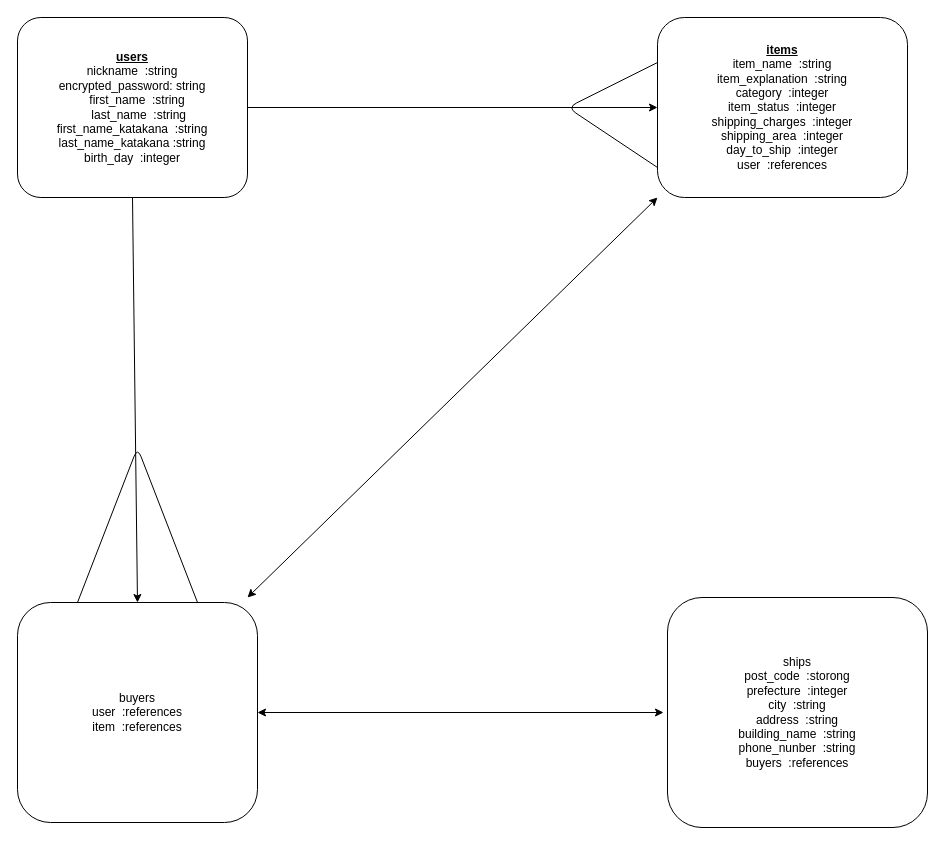
Earlier version of the draw.io diagram furima.dio (takachin88/furima-36129). Source tidied: cells renumbered, new cells numbered last; positions are measured from the earlier drawing's top-left corner, leaving out a move shared by most shapes. Both pictures are drawn from the tidied source at 100%, with x=0, y=0 at pixel (17, 17).
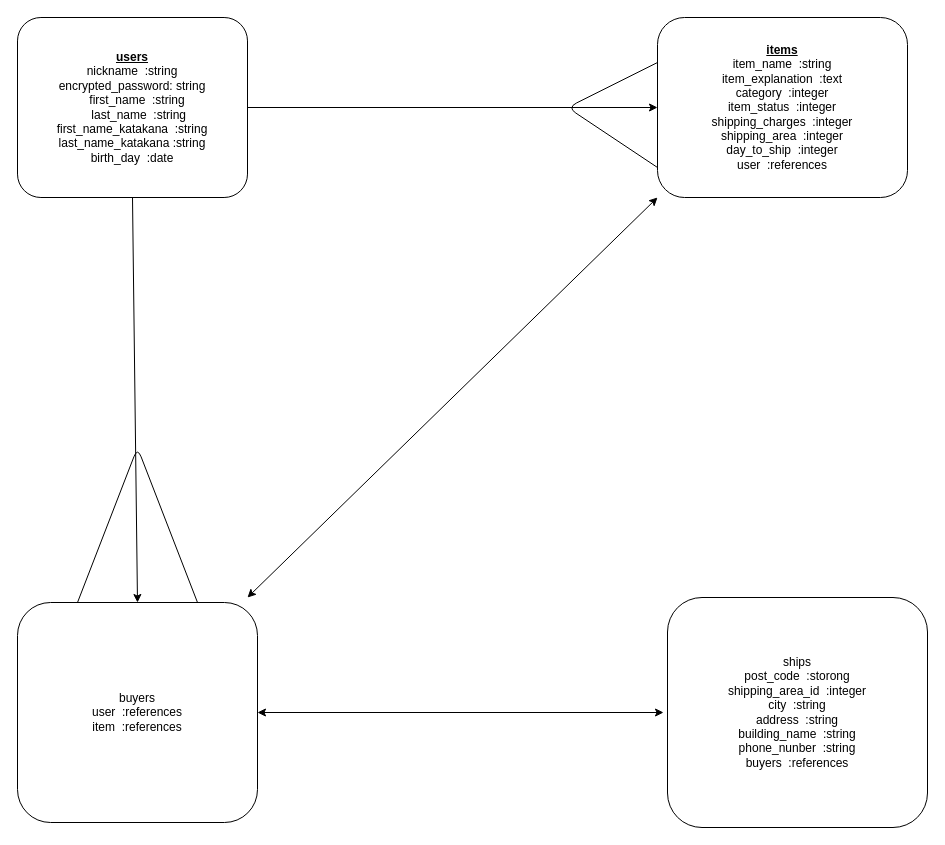
The same page after the edit.

Change to the diagram source:
```diff
@@
 <mxGraphModel>
   <root>
     <mxCell id="0" />
     <mxCell id="1" parent="0" />
     <mxCell id="2" style="edgeStyle=orthogonalEdgeStyle;rounded=1;jettySize=auto;html=1;entryX=0;entryY=0.5;entryDx=0;entryDy=0;" parent="1" edge="1" source="3" target="4">
       <mxGeometry relative="1" as="geometry" />
     </mxCell>
-    <mxCell id="3" value="&lt;u&gt;&lt;b&gt;users&lt;/b&gt;&lt;/u&gt;&lt;br&gt;nickname&amp;nbsp; :string&lt;br&gt;encrypted_password: string&lt;br&gt;&amp;nbsp; &amp;nbsp; first_name&amp;nbsp; :string&amp;nbsp;&lt;br&gt;&amp;nbsp; &amp;nbsp; last_name&amp;nbsp; :string&lt;br&gt;first_name_katakana&amp;nbsp; :string&lt;br&gt;last_name_katakana :string&lt;br&gt;birth_day&amp;nbsp; :integer" style="whiteSpace=wrap;html=1;rounded=1;arcSize=13;" parent="1" vertex="1">
+    <mxCell id="3" value="&lt;u&gt;&lt;b&gt;users&lt;/b&gt;&lt;/u&gt;&lt;br&gt;nickname&amp;nbsp; :string&lt;br&gt;encrypted_password: string&lt;br&gt;&amp;nbsp; &amp;nbsp; first_name&amp;nbsp; :string&amp;nbsp;&lt;br&gt;&amp;nbsp; &amp;nbsp; last_name&amp;nbsp; :string&lt;br&gt;first_name_katakana&amp;nbsp; :string&lt;br&gt;last_name_katakana :string&lt;br&gt;birth_day&amp;nbsp; :date&lt;br&gt;" style="whiteSpace=wrap;html=1;rounded=1;arcSize=13;" parent="1" vertex="1">
       <mxGeometry width="230" height="180" as="geometry" />
     </mxCell>
-    <mxCell id="4" value="&lt;b&gt;&lt;u&gt;items&lt;/u&gt;&lt;/b&gt;&lt;br&gt;item_name&amp;nbsp; :string&lt;br&gt;item_explanation&amp;nbsp; :string&lt;br&gt;category&amp;nbsp; :integer&lt;br&gt;item_status&amp;nbsp; :integer&lt;br&gt;shipping_charges&amp;nbsp; :integer&lt;br&gt;shipping_area&amp;nbsp; :integer&lt;br&gt;day_to_ship&amp;nbsp; :integer&lt;br&gt;user&amp;nbsp; :references" style="whiteSpace=wrap;html=1;rounded=1;" parent="1" vertex="1">
+    <mxCell id="4" value="&lt;b&gt;&lt;u&gt;items&lt;/u&gt;&lt;/b&gt;&lt;br&gt;item_name&amp;nbsp; :string&lt;br&gt;item_explanation&amp;nbsp; :text&lt;br&gt;category&amp;nbsp; :integer&lt;br&gt;item_status&amp;nbsp; :integer&lt;br&gt;shipping_charges&amp;nbsp; :integer&lt;br&gt;shipping_area&amp;nbsp; :integer&lt;br&gt;day_to_ship&amp;nbsp; :integer&lt;br&gt;user&amp;nbsp; :references" style="whiteSpace=wrap;html=1;rounded=1;" parent="1" vertex="1">
       <mxGeometry x="640" width="250" height="180" as="geometry" />
     </mxCell>
     <mxCell id="5" value="buyers&lt;br&gt;user&amp;nbsp; :references&lt;br&gt;item&amp;nbsp; :references" style="whiteSpace=wrap;html=1;rounded=1;" parent="1" vertex="1">
       <mxGeometry y="585" width="240" height="220" as="geometry" />
     </mxCell>
-    <mxCell id="6" value="ships&lt;br&gt;post_code&amp;nbsp; :storong&lt;br&gt;prefecture&amp;nbsp; :integer&lt;br&gt;city&amp;nbsp; :string&lt;br&gt;address&amp;nbsp; :string&lt;br&gt;building_name&amp;nbsp; :string&lt;br&gt;phone_nunber&amp;nbsp; :string&lt;br&gt;buyers&amp;nbsp; :references" style="whiteSpace=wrap;html=1;rounded=1;" parent="1" vertex="1">
+    <mxCell id="6" value="ships&lt;br&gt;post_code&amp;nbsp; :storong&lt;br&gt;shipping_area_id&amp;nbsp; :integer&lt;br&gt;city&amp;nbsp; :string&lt;br&gt;address&amp;nbsp; :string&lt;br&gt;building_name&amp;nbsp; :string&lt;br&gt;phone_nunber&amp;nbsp; :string&lt;br&gt;buyers&amp;nbsp; :references" style="whiteSpace=wrap;html=1;rounded=1;" parent="1" vertex="1">
       <mxGeometry x="650" y="580" width="260" height="230" as="geometry" />
     </mxCell>
     <mxCell id="7" style="endArrow=none;html=1;entryX=0;entryY=0.25;entryDx=0;entryDy=0;" parent="1" edge="1" target="4">
       <mxGeometry relative="1" as="geometry">
         <mxPoint x="640" y="150" as="sourcePoint" />
         <Array as="points">
           <mxPoint x="550" y="90" />
         </Array>
       </mxGeometry>
     </mxCell>
     <mxCell id="8" style="endArrow=classic;html=1;entryX=0.5;entryY=0;entryDx=0;entryDy=0;exitX=0.5;exitY=1;exitDx=0;exitDy=0;" parent="1" edge="1" source="3" target="5">
       <mxGeometry relative="1" as="geometry" />
     </mxCell>
     <mxCell id="9" style="endArrow=none;html=1;exitX=0.25;exitY=0;exitDx=0;exitDy=0;entryX=0.75;entryY=0;entryDx=0;entryDy=0;" parent="1" edge="1" source="5" target="5">
       <mxGeometry relative="1" as="geometry">
         <Array as="points">
           <mxPoint x="120" y="430" />
         </Array>
       </mxGeometry>
     </mxCell>
     <mxCell id="10" style="endArrow=classic;startArrow=classic;html=1;exitX=1;exitY=0.5;exitDx=0;exitDy=0;" parent="1" edge="1" source="5">
       <mxGeometry relative="1" as="geometry">
         <mxPoint x="646" y="695" as="targetPoint" />
       </mxGeometry>
     </mxCell>
     <mxCell id="11" style="endArrow=classic;startArrow=classic;html=1;entryX=0;entryY=1;entryDx=0;entryDy=0;" parent="1" edge="1" target="4">
       <mxGeometry relative="1" as="geometry">
         <mxPoint x="230" y="580" as="sourcePoint" />
       </mxGeometry>
     </mxCell>
   </root>
 </mxGraphModel>
```
